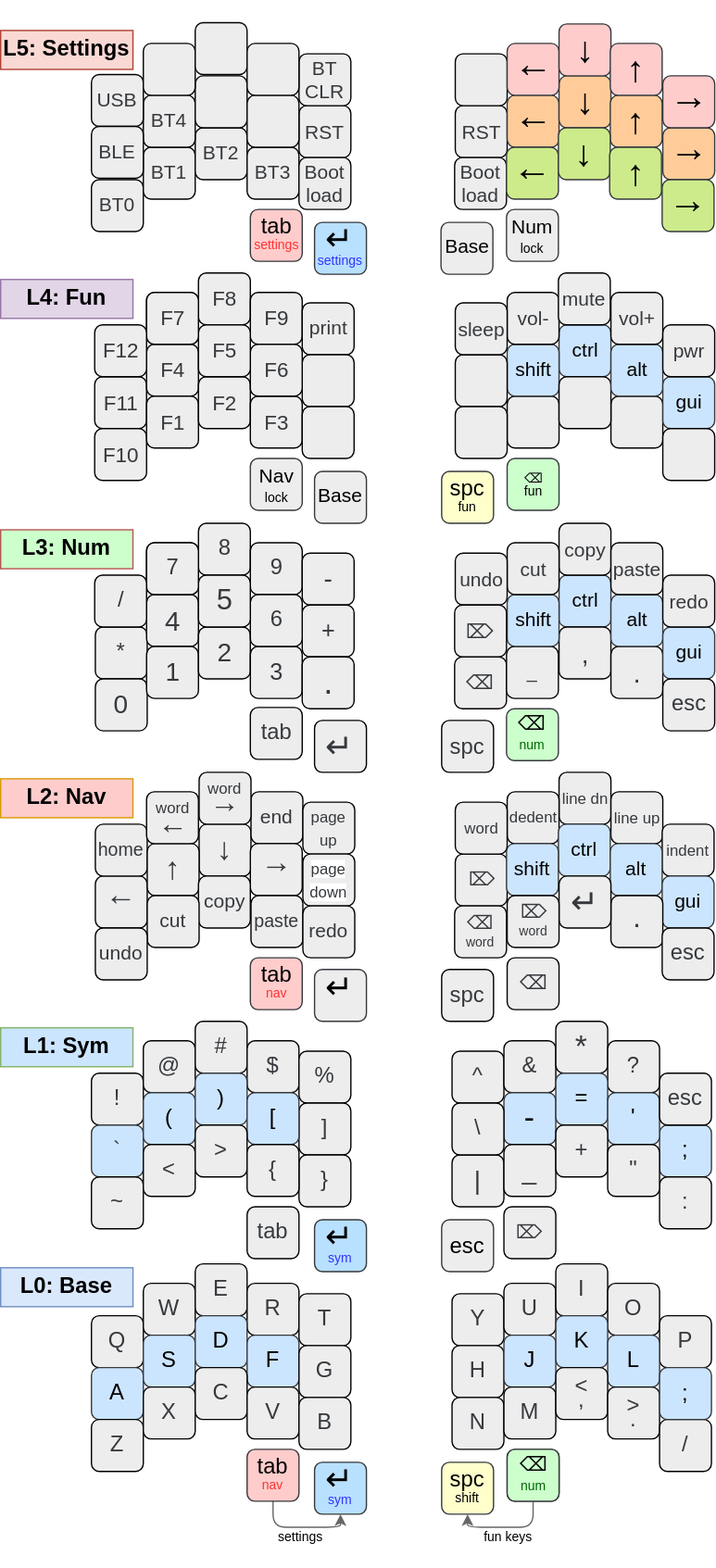
Before: images/Keymap.drawio.svg, a diagram exported from draw.io (glenn20/zmk-sweep). Source tidied: cells renumbered, new cells last; positions are measured from the earlier drawing's top-left corner, leaving out a move shared by most shapes.
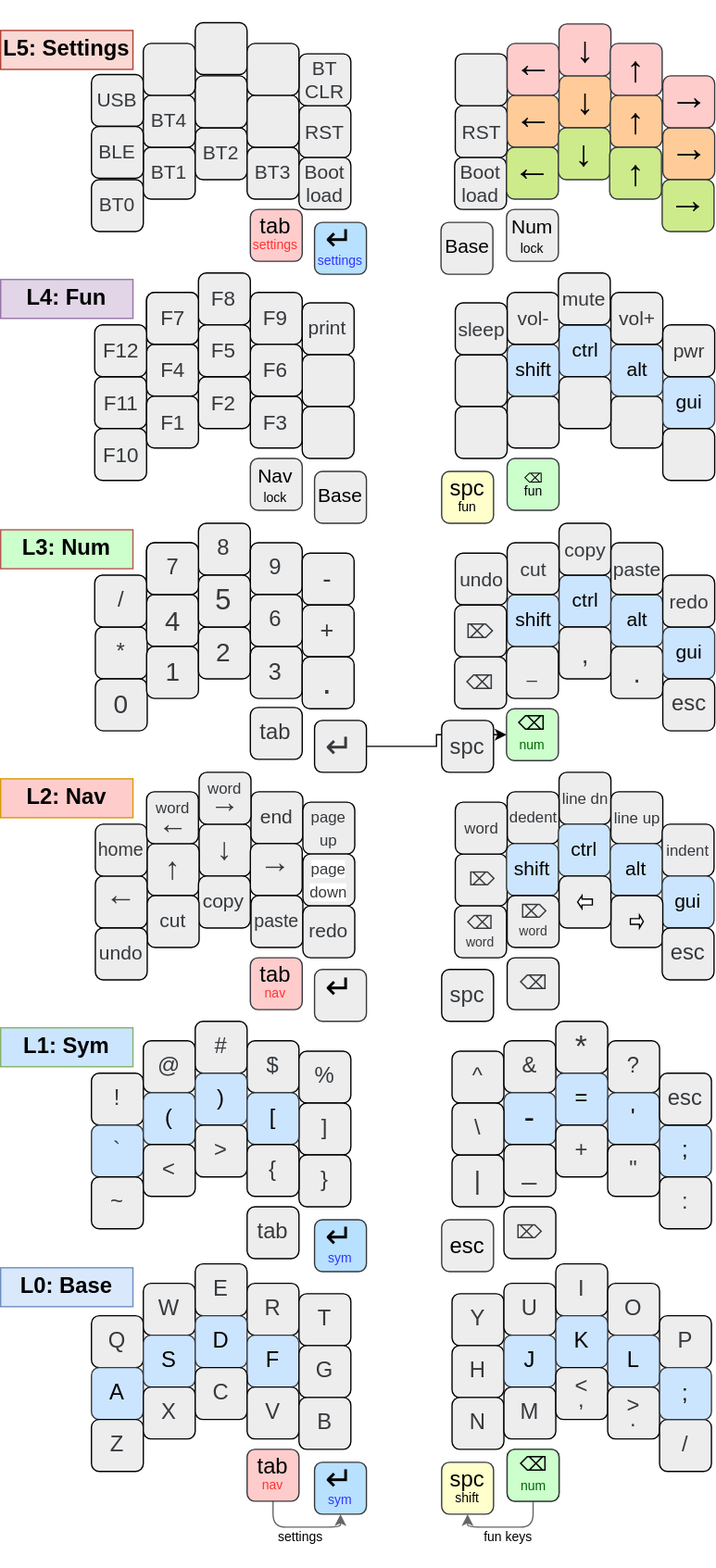
Later version of the same file.

What changed in the source:
```diff
@@ -310,7 +310,7 @@
     <mxCell id="102" value="&lt;b&gt;L5: Settings&lt;/b&gt;" style="rounded=0;whiteSpace=wrap;html=1;fontFamily=Helvetica;fontSize=17;fillColor=#fad9d5;strokeColor=#ae4132;fontStyle=0;" parent="1" vertex="1">
       <mxGeometry y="6" width="102" height="30" as="geometry" />
     </mxCell>
-    <mxCell id="103" value="&lt;font style=&quot;font-size: 22px;&quot;&gt;.&lt;/font&gt;" style="whiteSpace=wrap;html=1;fontSize=15;fontFamily=Helvetica;fontStyle=0;fontColor=#36393D;fillColor=#EDEDED;rounded=1;strokeColor=#000000;spacingTop=-4;" parent="1" vertex="1">
+    <mxCell id="103" style="whiteSpace=wrap;html=1;fontSize=15;fontFamily=Helvetica;fontStyle=0;fontColor=#36393D;fillColor=#EDEDED;rounded=1;strokeColor=#000000;spacingTop=-4;" parent="1" vertex="1">
       <mxGeometry x="470.5" y="673" width="40" height="40" as="geometry" />
     </mxCell>
     <mxCell id="104" value="&lt;font style=&quot;font-size: 12px;&quot;&gt;word&lt;/font&gt;" style="whiteSpace=wrap;html=1;fontSize=17;fontFamily=Helvetica;fontStyle=0;fontColor=#36393D;fillColor=#EDEDED;rounded=1;strokeColor=#000000;" parent="1" vertex="1">
@@ -546,6 +546,9 @@
     <mxCell id="179" value="&lt;p style=&quot;line-height: 80%;&quot;&gt;spc&lt;br style=&quot;font-size: 16px;&quot;&gt;&lt;/p&gt;" style="whiteSpace=wrap;html=1;rotation=0;fontSize=17;fontFamily=Helvetica;fontStyle=0;fillColor=#EDEDED;strokeColor=#000000;fontColor=#36393D;rounded=1;" parent="1" vertex="1">
       <mxGeometry x="340" y="730" width="40" height="40" as="geometry" />
     </mxCell>
+    <mxCell id="219" style="edgeStyle=orthogonalEdgeStyle;rounded=0;jettySize=auto;html=1;" parent="1" edge="1" source="180" target="207">
+      <mxGeometry relative="1" as="geometry" />
+    </mxCell>
     <mxCell id="180" value="&lt;p style=&quot;line-height: 60%; font-size: 26px;&quot;&gt;&lt;font style=&quot;font-size: 26px;&quot;&gt;↵&lt;/font&gt;&lt;br style=&quot;font-size: 26px;&quot;&gt;&lt;/p&gt;" style="whiteSpace=wrap;html=1;rotation=0;fontSize=26;fontFamily=Helvetica;fontStyle=0;fontColor=#36393D;fillColor=#EDEDED;rounded=1;strokeColor=#000000;" parent="1" vertex="1">
       <mxGeometry x="242" y="538" width="40" height="40" as="geometry" />
     </mxCell>
@@ -573,7 +576,7 @@
     <mxCell id="188" value="&lt;p style=&quot;line-height: 80%;&quot;&gt;word&lt;br&gt;&lt;font style=&quot;font-size: 23px;&quot;&gt;→&lt;/font&gt;&lt;/p&gt;" style="whiteSpace=wrap;html=1;fontSize=12;fontFamily=Helvetica;fontStyle=0;fontColor=#36393D;fillColor=#EDEDED;rounded=1;strokeColor=#000000;spacingTop=0;" parent="1" vertex="1">
       <mxGeometry x="153" y="578" width="40" height="40" as="geometry" />
     </mxCell>
-    <mxCell id="189" value="&lt;p style=&quot;line-height: 60%; font-size: 26px;&quot;&gt;&lt;font style=&quot;font-size: 26px;&quot;&gt;↵&lt;/font&gt;&lt;br style=&quot;font-size: 26px;&quot;&gt;&lt;/p&gt;" style="whiteSpace=wrap;html=1;rotation=0;fontSize=26;fontFamily=Helvetica;fontStyle=0;fontColor=#36393D;fillColor=#EDEDED;rounded=1;strokeColor=#000000;" parent="1" vertex="1">
+    <mxCell id="189" value="&lt;p style=&quot;line-height: 60%; font-size: 26px;&quot;&gt;&lt;br style=&quot;font-size: 26px;&quot;&gt;&lt;/p&gt;" style="whiteSpace=wrap;html=1;rotation=0;fontSize=26;fontFamily=Helvetica;fontStyle=0;fontColor=#36393D;fillColor=#EDEDED;rounded=1;strokeColor=#000000;" parent="1" vertex="1">
       <mxGeometry x="430.5" y="658" width="40" height="40" as="geometry" />
     </mxCell>
     <mxCell id="190" value="&lt;p style=&quot;line-height: 70%;&quot;&gt;esc&lt;/p&gt;" style="whiteSpace=wrap;html=1;rotation=0;fontSize=17;fontFamily=Helvetica;fontStyle=0;fillColor=#EDEDED;rounded=1;strokeColor=#36393d;" parent="1" vertex="1">
@@ -663,5 +666,11 @@
     <mxCell id="218" style="whiteSpace=wrap;html=1;fontSize=15;fontFamily=Helvetica;fontStyle=0;fontColor=#36393D;fillColor=#EDEDED;rounded=1;strokeColor=#000000;" parent="1" vertex="1">
       <mxGeometry x="190" y="16" width="40" height="40" as="geometry" />
     </mxCell>
+    <mxCell id="220" style="html=1;shadow=0;dashed=0;align=center;verticalAlign=middle;shape=mxgraph.arrows2.arrow;dy=0.54;dx=3.37;flipH=1;notch=0.01;strokeColor=#000000;" parent="1" vertex="1">
+      <mxGeometry x="444.8" y="673" width="11.4" height="10" as="geometry" />
+    </mxCell>
+    <mxCell id="221" style="html=1;shadow=0;dashed=0;align=center;verticalAlign=middle;shape=mxgraph.arrows2.arrow;dy=0.57;dx=2.99;notch=0;strokeColor=#000000;" parent="1" vertex="1">
+      <mxGeometry x="485.5" y="688" width="10" height="10" as="geometry" />
+    </mxCell>
   </root>
 </mxGraphModel>
```
